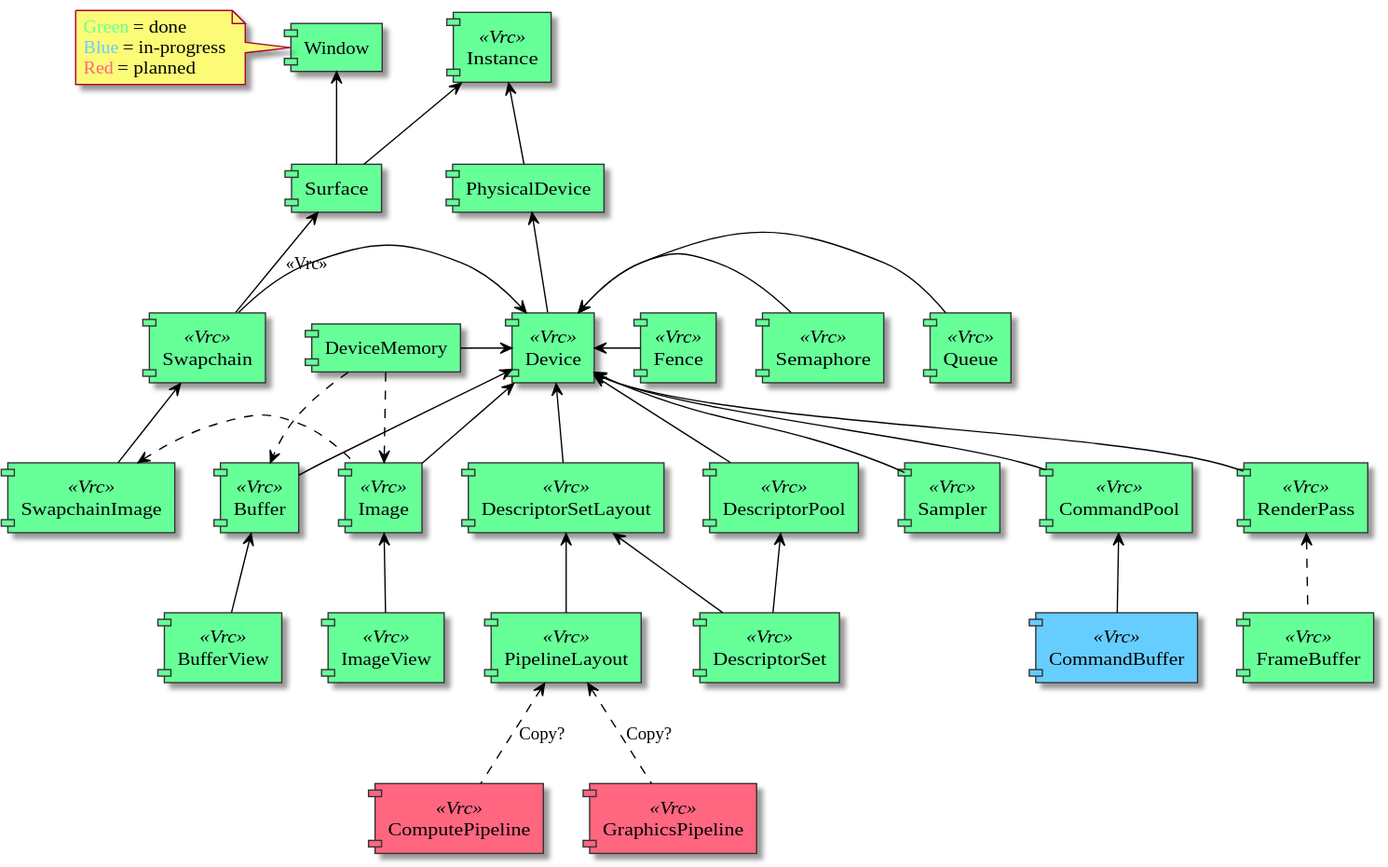
vulkayes/vulkayes-thesis keeps this PlantUML diagram as assets/diagrams/object_dependency_graph.svg. Above is the earlier version.
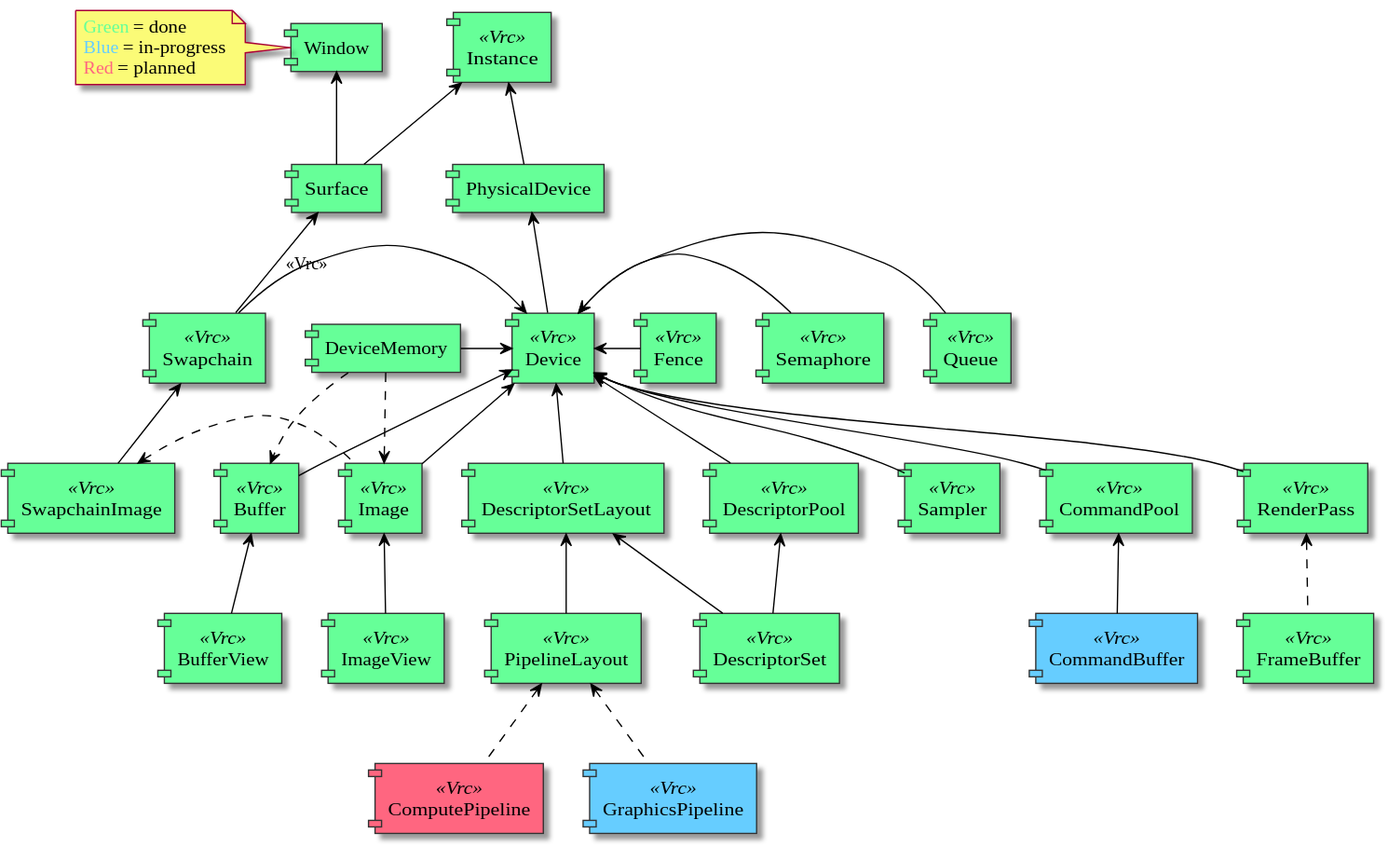
Later version of the same file.

Change to the diagram source:
```diff
@@ -41,7 +41,7 @@
 component [RenderPass] <<Vrc>> #66FF98
 component [FrameBuffer] <<Vrc>> #66FF98
 component [ComputePipeline] <<Vrc>> #FF6680
-component [GraphicsPipeline] <<Vrc>> #FF6680
+component [GraphicsPipeline] <<Vrc>> #66CDFF
 
 component [DescriptorSetLayout] <<Vrc>> #66FF98
 component [PipelineLayout] <<Vrc>> #66FF98
@@ -86,8 +86,8 @@
 [RenderPass] <.. [FrameBuffer]
 [DescriptorSetLayout] <-- [DescriptorSet]
 [DescriptorSetLayout] <-- [PipelineLayout]
-[PipelineLayout] <.. [ComputePipeline] : Copy?
-[PipelineLayout] <.. [GraphicsPipeline] : Copy?
+[PipelineLayout] <.. [ComputePipeline]
+[PipelineLayout] <.. [GraphicsPipeline]
 [DescriptorPool] <-- [DescriptorSet]
 
 @enduml
```
